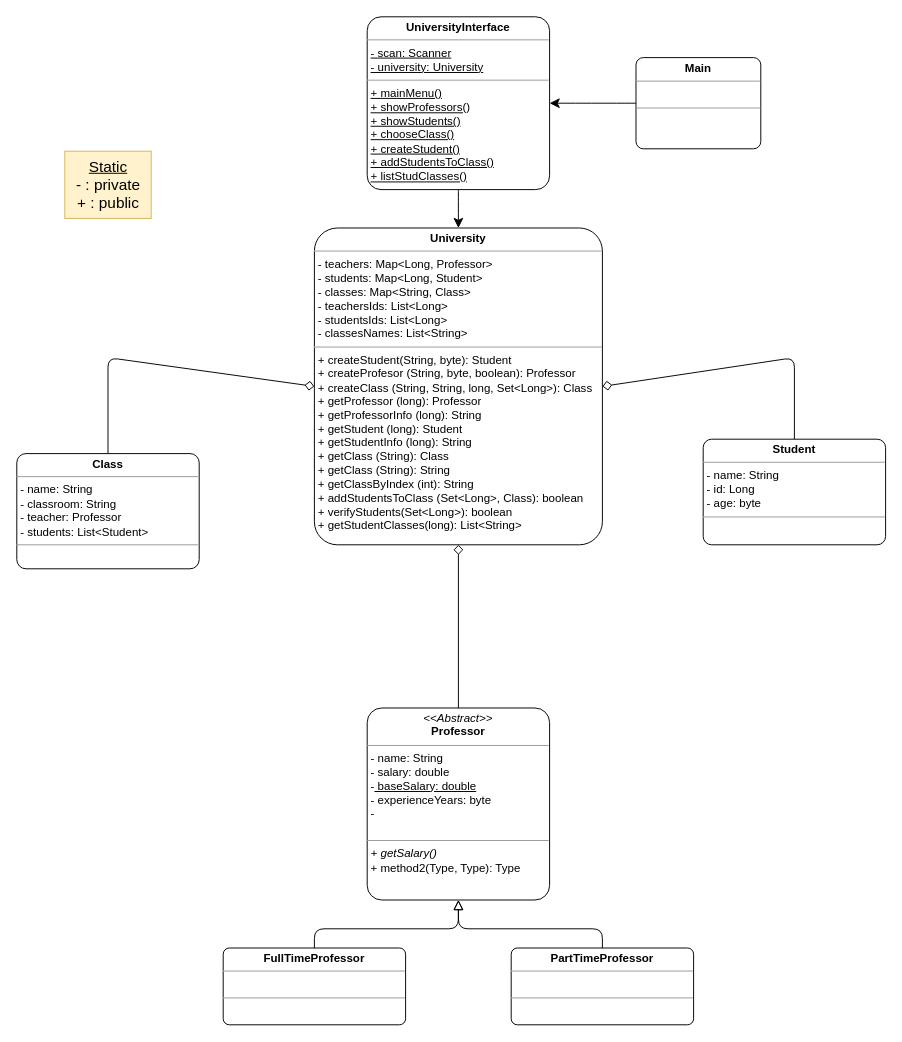
Earlier version of the draw.io diagram Diagram/UMLDiagram.drawio (jessiRobGlobant/UniversityProject). Source tidied: cells renumbered, new cells numbered last; positions are measured from the earlier drawing's top-left corner, leaving out a move shared by most shapes. Both pictures are drawn from the tidied source at 96%, with x=0, y=0 at pixel (16, 16).
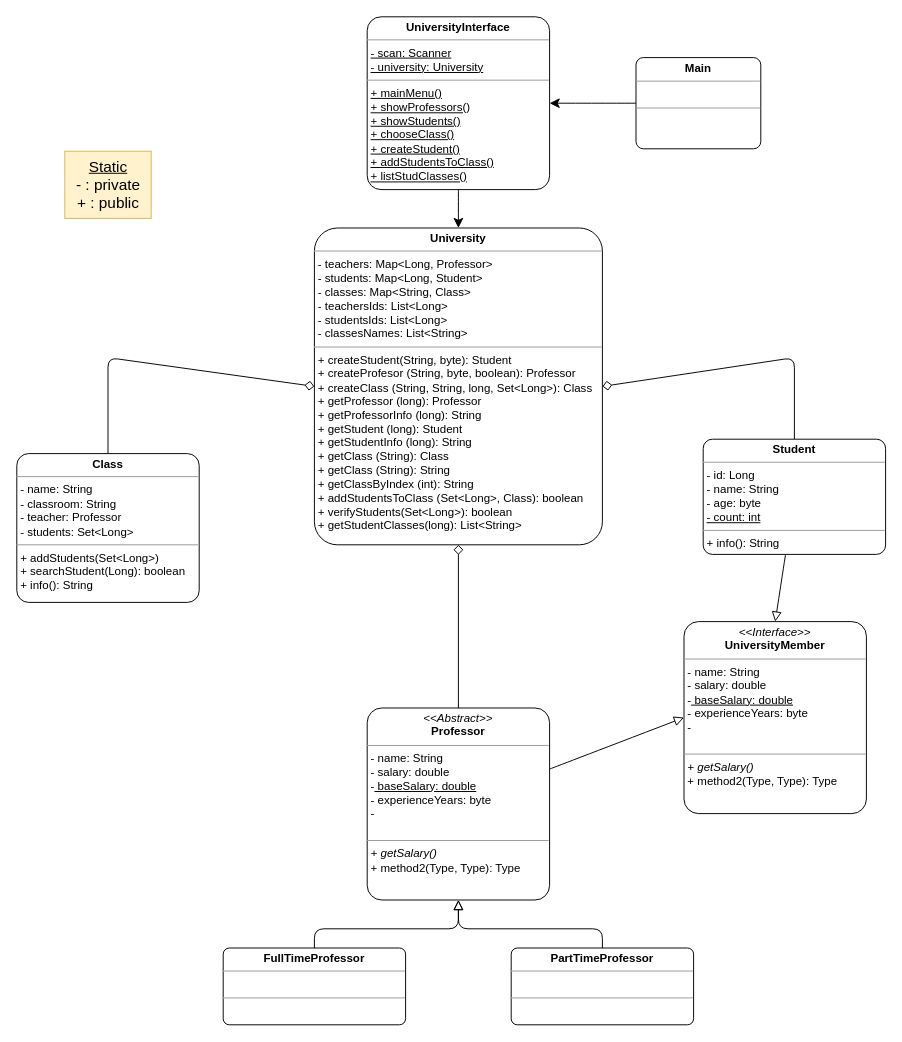
The same page after the edit.

Commit message:
Update UMLDiagram Class and Student classes

Unchanged cells that the change refers to:
```xml
<mxCell id="3" value="&lt;p style=&quot;margin:0px;margin-top:4px;text-align:center;&quot;&gt;&lt;i&gt;&amp;lt;&amp;lt;Abstract&amp;gt;&amp;gt;&lt;/i&gt;&lt;br&gt;&lt;b&gt;Professor&lt;/b&gt;&lt;/p&gt;&lt;hr size=&quot;1&quot;&gt;&lt;p style=&quot;margin:0px;margin-left:4px;&quot;&gt;- name: String&lt;br&gt;- salary: double&lt;/p&gt;&lt;p style=&quot;margin:0px;margin-left:4px;&quot;&gt;-&lt;u&gt; baseSalary: double&lt;/u&gt;&lt;/p&gt;&lt;p style=&quot;margin:0px;margin-left:4px;&quot;&gt;- experienceYears: byte&lt;/p&gt;&lt;p style=&quot;margin:0px;margin-left:4px;&quot;&gt;-&amp;nbsp;&lt;/p&gt;&lt;p style=&quot;margin:0px;margin-left:4px;&quot;&gt;&lt;u&gt;&lt;br&gt;&lt;/u&gt;&lt;/p&gt;&lt;hr size=&quot;1&quot;&gt;&lt;p style=&quot;margin:0px;margin-left:4px;&quot;&gt;&lt;i&gt;+ getSalary()&lt;/i&gt;&lt;br&gt;+ method2(Type, Type): Type&lt;/p&gt;" style="verticalAlign=top;align=left;overflow=fill;fontSize=12;fontFamily=Helvetica;html=1;rounded=1;shadow=0;comic=0;labelBackgroundColor=none;strokeWidth=1;arcSize=8;" parent="1" vertex="1">
  <mxGeometry x="365" y="720" width="190" height="200" as="geometry" />
</mxCell>
```

Change to the diagram source:
```diff
@@
+    <mxCell id="18" style="edgeStyle=none;curved=1;rounded=0;jettySize=auto;html=1;entryX=0;entryY=0.5;entryDx=0;entryDy=0;fontSize=12;startSize=8;endSize=8;endArrow=block;endFill=0;" parent="1" edge="1" source="3" target="20">
+      <mxGeometry relative="1" as="geometry" />
+    </mxCell>
@@
+    <mxCell id="19" style="edgeStyle=none;curved=1;rounded=0;jettySize=auto;html=1;entryX=0.5;entryY=0;entryDx=0;entryDy=0;fontSize=12;startSize=8;endSize=8;endArrow=block;endFill=0;" parent="1" edge="1" source="10" target="20">
+      <mxGeometry relative="1" as="geometry" />
+    </mxCell>
-    <mxCell id="10" value="&lt;p style=&quot;margin:0px;margin-top:4px;text-align:center;&quot;&gt;&lt;b&gt;Student&lt;/b&gt;&lt;/p&gt;&lt;hr size=&quot;1&quot;&gt;&lt;p style=&quot;margin:0px;margin-left:4px;&quot;&gt;- name: String&lt;br&gt;- id: Long&lt;/p&gt;&lt;p style=&quot;margin:0px;margin-left:4px;&quot;&gt;- age: byte&lt;/p&gt;&lt;hr size=&quot;1&quot;&gt;&lt;p style=&quot;margin:0px;margin-left:4px;&quot;&gt;&lt;br&gt;&lt;/p&gt;" style="verticalAlign=top;align=left;overflow=fill;fontSize=12;fontFamily=Helvetica;html=1;rounded=1;shadow=0;comic=0;labelBackgroundColor=none;strokeWidth=1;arcSize=8;" parent="1" vertex="1">
-      <mxGeometry x="715" y="440" width="190" height="110" as="geometry" />
+    <mxCell id="10" value="&lt;p style=&quot;margin:0px;margin-top:4px;text-align:center;&quot;&gt;&lt;b&gt;Student&lt;/b&gt;&lt;/p&gt;&lt;hr size=&quot;1&quot;&gt;&lt;p style=&quot;margin:0px;margin-left:4px;&quot;&gt;- id: Long&lt;br&gt;&lt;/p&gt;&lt;p style=&quot;margin:0px;margin-left:4px;&quot;&gt;- name: String&lt;br&gt;&lt;/p&gt;&lt;p style=&quot;margin:0px;margin-left:4px;&quot;&gt;- age: byte&lt;/p&gt;&lt;p style=&quot;margin:0px;margin-left:4px;&quot;&gt;&lt;u&gt;- count: int&lt;/u&gt;&lt;/p&gt;&lt;hr size=&quot;1&quot;&gt;&lt;p style=&quot;margin:0px;margin-left:4px;&quot;&gt;+ info(): String&lt;/p&gt;" style="verticalAlign=top;align=left;overflow=fill;fontSize=12;fontFamily=Helvetica;html=1;rounded=1;shadow=0;comic=0;labelBackgroundColor=none;strokeWidth=1;arcSize=8;" parent="1" vertex="1">
+      <mxGeometry x="715" y="440" width="190" height="120" as="geometry" />
     </mxCell>
@@
-    <mxCell id="12" value="&lt;p style=&quot;margin:0px;margin-top:4px;text-align:center;&quot;&gt;&lt;b&gt;Class&lt;/b&gt;&lt;/p&gt;&lt;hr size=&quot;1&quot;&gt;&lt;p style=&quot;margin:0px;margin-left:4px;&quot;&gt;- name: String&lt;br&gt;- classroom: String&lt;/p&gt;&lt;p style=&quot;margin:0px;margin-left:4px;&quot;&gt;- teacher: Professor&lt;/p&gt;&lt;p style=&quot;margin:0px;margin-left:4px;&quot;&gt;- students: List&amp;lt;Student&amp;gt;&lt;/p&gt;&lt;hr size=&quot;1&quot;&gt;&lt;p style=&quot;margin:0px;margin-left:4px;&quot;&gt;&lt;br&gt;&lt;/p&gt;" style="verticalAlign=top;align=left;overflow=fill;fontSize=12;fontFamily=Helvetica;html=1;rounded=1;shadow=0;comic=0;labelBackgroundColor=none;strokeWidth=1;arcSize=8;" parent="1" vertex="1">
-      <mxGeometry y="455" width="190" height="120" as="geometry" />
+    <mxCell id="12" value="&lt;p style=&quot;margin:0px;margin-top:4px;text-align:center;&quot;&gt;&lt;b&gt;Class&lt;/b&gt;&lt;/p&gt;&lt;hr size=&quot;1&quot;&gt;&lt;p style=&quot;margin:0px;margin-left:4px;&quot;&gt;- name: String&lt;br&gt;- classroom: String&lt;/p&gt;&lt;p style=&quot;margin:0px;margin-left:4px;&quot;&gt;- teacher: Professor&lt;/p&gt;&lt;p style=&quot;margin:0px;margin-left:4px;&quot;&gt;- students: Set&amp;lt;Long&amp;gt;&lt;/p&gt;&lt;hr size=&quot;1&quot;&gt;&lt;p style=&quot;margin:0px;margin-left:4px;&quot;&gt;+ addStudents(Set&amp;lt;Long&amp;gt;)&lt;/p&gt;&lt;p style=&quot;margin:0px;margin-left:4px;&quot;&gt;+&amp;nbsp;searchStudent(Long): boolean&lt;/p&gt;&lt;p style=&quot;margin:0px;margin-left:4px;&quot;&gt;+ info(): String&lt;/p&gt;" style="verticalAlign=top;align=left;overflow=fill;fontSize=12;fontFamily=Helvetica;html=1;rounded=1;shadow=0;comic=0;labelBackgroundColor=none;strokeWidth=1;arcSize=8;" parent="1" vertex="1">
+      <mxGeometry y="455" width="190" height="155" as="geometry" />
     </mxCell>
@@
+    <mxCell id="20" value="&lt;p style=&quot;margin:0px;margin-top:4px;text-align:center;&quot;&gt;&lt;i&gt;&amp;lt;&amp;lt;Interface&amp;gt;&amp;gt;&lt;/i&gt;&lt;br&gt;&lt;b&gt;UniversityMember&lt;/b&gt;&lt;/p&gt;&lt;hr size=&quot;1&quot;&gt;&lt;p style=&quot;margin:0px;margin-left:4px;&quot;&gt;- name: String&lt;br&gt;- salary: double&lt;/p&gt;&lt;p style=&quot;margin:0px;margin-left:4px;&quot;&gt;-&lt;u&gt; baseSalary: double&lt;/u&gt;&lt;/p&gt;&lt;p style=&quot;margin:0px;margin-left:4px;&quot;&gt;- experienceYears: byte&lt;/p&gt;&lt;p style=&quot;margin:0px;margin-left:4px;&quot;&gt;-&amp;nbsp;&lt;/p&gt;&lt;p style=&quot;margin:0px;margin-left:4px;&quot;&gt;&lt;u&gt;&lt;br&gt;&lt;/u&gt;&lt;/p&gt;&lt;hr size=&quot;1&quot;&gt;&lt;p style=&quot;margin:0px;margin-left:4px;&quot;&gt;&lt;i&gt;+ getSalary()&lt;/i&gt;&lt;br&gt;+ method2(Type, Type): Type&lt;/p&gt;" style="verticalAlign=top;align=left;overflow=fill;fontSize=12;fontFamily=Helvetica;html=1;rounded=1;shadow=0;comic=0;labelBackgroundColor=none;strokeWidth=1;arcSize=8;" parent="1" vertex="1">
+      <mxGeometry x="695" y="630" width="190" height="200" as="geometry" />
+    </mxCell>
```
